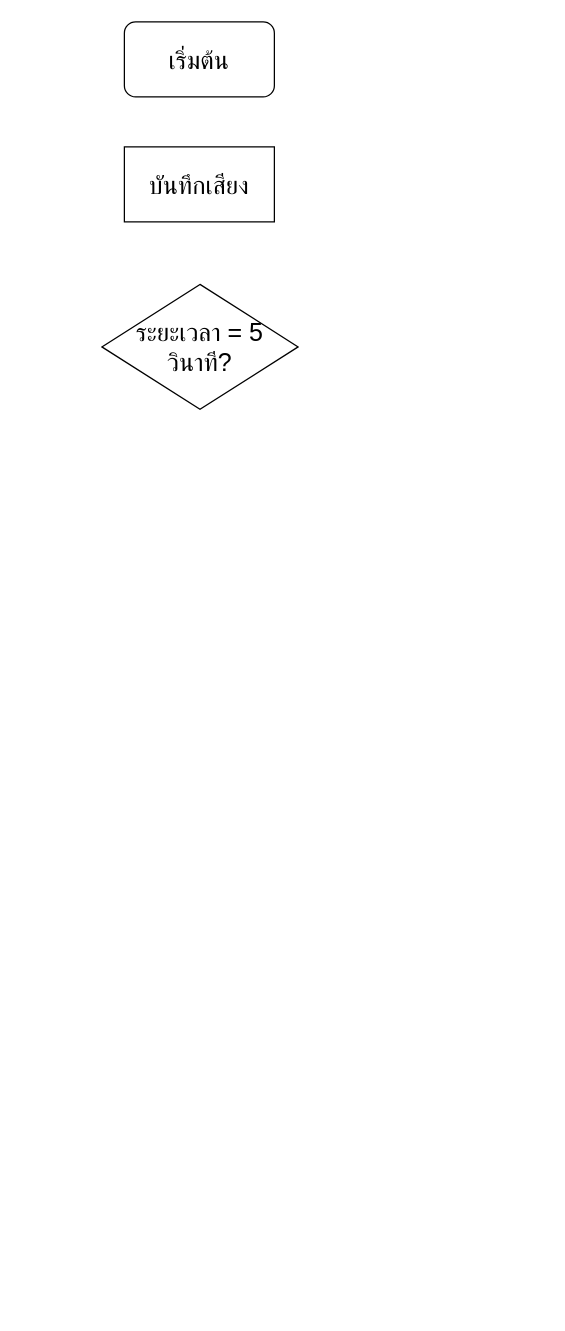
Before: app_flow.drawio in KENGKKUN/test_python, a draw.io diagram. Source tidied: cells renumbered, new cells numbered last; positions are measured from the earlier drawing's top-left corner, leaving out a move shared by most shapes. Both pictures are drawn from the tidied source at 125%, with x=0, y=0 at pixel (101, 21).
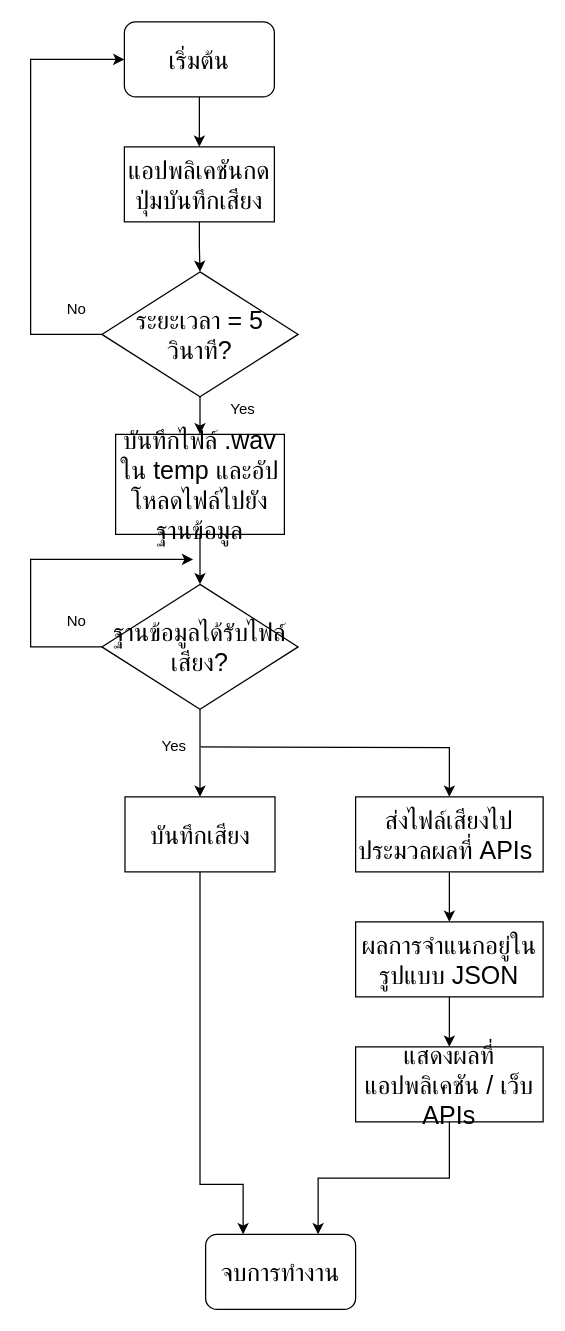
The same diagram, later.

Unchanged cells that the change refers to:
```xml
<mxCell id="2" value="&lt;font face=&quot;TH Sarabun New&quot; style=&quot;font-size: 20px&quot;&gt;เริ่มต้น&lt;/font&gt;" style="rounded=1;whiteSpace=wrap;html=1;" parent="1" vertex="1">
  <mxGeometry x="18" width="120" height="60" as="geometry" />
</mxCell>
```

What changed in the source:
```diff
@@
+    <mxCell id="5" style="edgeStyle=orthogonalEdgeStyle;rounded=0;jettySize=auto;html=1;exitX=0.5;exitY=1;exitDx=0;exitDy=0;entryX=0.5;entryY=0;entryDx=0;entryDy=0;" parent="1" edge="1" source="2" target="3">
+      <mxGeometry relative="1" as="geometry" />
+    </mxCell>
@@
+    <mxCell id="6" style="edgeStyle=orthogonalEdgeStyle;rounded=0;jettySize=auto;html=1;entryX=0.5;entryY=0;entryDx=0;entryDy=0;" parent="1" edge="1" source="3" target="4">
+      <mxGeometry relative="1" as="geometry" />
+    </mxCell>
-    <mxCell id="3" value="&lt;font face=&quot;TH Sarabun New&quot; style=&quot;font-size: 20px&quot;&gt;บันทึกเสียง&lt;/font&gt;" style="rounded=0;whiteSpace=wrap;html=1;" parent="1" vertex="1">
+    <mxCell id="3" value="&lt;font face=&quot;TH Sarabun New&quot; style=&quot;font-size: 20px&quot;&gt;แอปพลิเคชันกดปุ่มบันทึกเสียง&lt;/font&gt;" style="rounded=0;whiteSpace=wrap;html=1;" parent="1" vertex="1">
       <mxGeometry x="18" y="100" width="120" height="60" as="geometry" />
     </mxCell>
+    <mxCell id="7" style="edgeStyle=orthogonalEdgeStyle;rounded=0;jettySize=auto;html=1;exitX=0;exitY=0.5;exitDx=0;exitDy=0;entryX=0;entryY=0.5;entryDx=0;entryDy=0;" parent="1" edge="1" source="4" target="2">
+      <mxGeometry relative="1" as="geometry">
+        <Array as="points">
+          <mxPoint x="-57" y="250" />
+          <mxPoint x="-57" y="30" />
+        </Array>
+      </mxGeometry>
+    </mxCell>
+    <mxCell id="8" style="edgeStyle=orthogonalEdgeStyle;rounded=0;jettySize=auto;html=1;exitX=0.5;exitY=1;exitDx=0;exitDy=0;entryX=0.5;entryY=0;entryDx=0;entryDy=0;" parent="1" edge="1" source="4" target="11">
+      <mxGeometry relative="1" as="geometry" />
+    </mxCell>
     <mxCell id="4" value="&lt;font face=&quot;TH Sarabun New&quot; style=&quot;font-size: 20px&quot;&gt;ระยะเวลา = 5 วินาที?&lt;/font&gt;" style="rhombus;whiteSpace=wrap;html=1;" parent="1" vertex="1">
-      <mxGeometry y="210" width="157" height="100" as="geometry" />
+      <mxGeometry y="200" width="157" height="100" as="geometry" />
     </mxCell>
+    <mxCell id="9" value="No" style="text;html=1;strokeColor=none;fillColor=none;align=center;verticalAlign=middle;whiteSpace=wrap;rounded=0;" parent="1" vertex="1">
+      <mxGeometry x="-40" y="220" width="40" height="20" as="geometry" />
+    </mxCell>
+    <mxCell id="10" style="edgeStyle=orthogonalEdgeStyle;rounded=0;jettySize=auto;html=1;exitX=0.5;exitY=1;exitDx=0;exitDy=0;entryX=0.5;entryY=0;entryDx=0;entryDy=0;" parent="1" edge="1" source="11" target="16">
+      <mxGeometry relative="1" as="geometry" />
+    </mxCell>
+    <mxCell id="11" value="&lt;span style=&quot;font-family: &amp;#34;th sarabun new&amp;#34; ; font-size: 20px&quot;&gt;บันทึกไฟล์ .wav ใน temp และอัปโหลดไฟล์ไปยังฐานข้อมูล&lt;/span&gt;" style="rounded=0;whiteSpace=wrap;html=1;" parent="1" vertex="1">
+      <mxGeometry x="11" y="330" width="135" height="80" as="geometry" />
+    </mxCell>
+    <mxCell id="12" value="Yes" style="text;html=1;strokeColor=none;fillColor=none;align=center;verticalAlign=middle;whiteSpace=wrap;rounded=0;" parent="1" vertex="1">
+      <mxGeometry x="93" y="300" width="40" height="20" as="geometry" />
+    </mxCell>
+    <mxCell id="13" style="edgeStyle=orthogonalEdgeStyle;rounded=0;jettySize=auto;html=1;exitX=0;exitY=0.5;exitDx=0;exitDy=0;" parent="1" edge="1" source="16">
+      <mxGeometry relative="1" as="geometry">
+        <mxPoint x="73" y="430" as="targetPoint" />
+        <Array as="points">
+          <mxPoint x="-57" y="500" />
+          <mxPoint x="-57" y="430" />
+        </Array>
+      </mxGeometry>
+    </mxCell>
+    <mxCell id="14" style="edgeStyle=orthogonalEdgeStyle;rounded=0;jettySize=auto;html=1;exitX=0.5;exitY=1;exitDx=0;exitDy=0;entryX=0.5;entryY=0;entryDx=0;entryDy=0;" parent="1" edge="1" source="16" target="19">
+      <mxGeometry relative="1" as="geometry" />
+    </mxCell>
+    <mxCell id="15" style="edgeStyle=orthogonalEdgeStyle;rounded=0;jettySize=auto;html=1;entryX=0.5;entryY=0;entryDx=0;entryDy=0;" parent="1" edge="1" target="22">
+      <mxGeometry relative="1" as="geometry">
+        <mxPoint x="79" y="580" as="sourcePoint" />
+      </mxGeometry>
+    </mxCell>
+    <mxCell id="16" value="&lt;font face=&quot;TH Sarabun New&quot;&gt;&lt;span style=&quot;font-size: 20px&quot;&gt;ฐานข้อมูลได้รับไฟล์เสียง?&lt;/span&gt;&lt;/font&gt;" style="rhombus;whiteSpace=wrap;html=1;" parent="1" vertex="1">
+      <mxGeometry y="450" width="157" height="100" as="geometry" />
+    </mxCell>
+    <mxCell id="17" value="No" style="text;html=1;strokeColor=none;fillColor=none;align=center;verticalAlign=middle;whiteSpace=wrap;rounded=0;" parent="1" vertex="1">
+      <mxGeometry x="-40" y="470" width="40" height="20" as="geometry" />
+    </mxCell>
+    <mxCell id="18" style="edgeStyle=orthogonalEdgeStyle;rounded=0;jettySize=auto;html=1;exitX=0.5;exitY=1;exitDx=0;exitDy=0;entryX=0.25;entryY=0;entryDx=0;entryDy=0;" parent="1" edge="1" source="19" target="27">
+      <mxGeometry relative="1" as="geometry">
+        <Array as="points">
+          <mxPoint x="79" y="930" />
+          <mxPoint x="113" y="930" />
+        </Array>
+      </mxGeometry>
+    </mxCell>
+    <mxCell id="19" value="&lt;font face=&quot;TH Sarabun New&quot; style=&quot;font-size: 20px&quot;&gt;บันทึกเสียง&lt;/font&gt;" style="rounded=0;whiteSpace=wrap;html=1;" parent="1" vertex="1">
+      <mxGeometry x="18.5" y="620" width="120" height="60" as="geometry" />
+    </mxCell>
+    <mxCell id="20" value="Yes" style="text;html=1;strokeColor=none;fillColor=none;align=center;verticalAlign=middle;whiteSpace=wrap;rounded=0;" parent="1" vertex="1">
+      <mxGeometry x="38" y="570" width="40" height="20" as="geometry" />
+    </mxCell>
+    <mxCell id="21" style="edgeStyle=orthogonalEdgeStyle;rounded=0;jettySize=auto;html=1;exitX=0.5;exitY=1;exitDx=0;exitDy=0;entryX=0.5;entryY=0;entryDx=0;entryDy=0;" parent="1" edge="1" source="22" target="24">
+      <mxGeometry relative="1" as="geometry" />
+    </mxCell>
+    <mxCell id="22" value="&lt;font face=&quot;TH Sarabun New&quot; style=&quot;font-size: 20px&quot;&gt;ส่งไฟล์เสียงไปประมวลผลที่ APIs&amp;nbsp;&lt;/font&gt;" style="rounded=0;whiteSpace=wrap;html=1;" parent="1" vertex="1">
+      <mxGeometry x="203" y="620" width="150" height="60" as="geometry" />
+    </mxCell>
+    <mxCell id="23" style="edgeStyle=orthogonalEdgeStyle;rounded=0;jettySize=auto;html=1;exitX=0.5;exitY=1;exitDx=0;exitDy=0;entryX=0.5;entryY=0;entryDx=0;entryDy=0;" parent="1" edge="1" source="24" target="26">
+      <mxGeometry relative="1" as="geometry" />
+    </mxCell>
+    <mxCell id="24" value="&lt;font face=&quot;TH Sarabun New&quot; style=&quot;font-size: 20px&quot;&gt;ผลการจำแนกอยู่ในรูปแบบ JSON&lt;/font&gt;" style="rounded=0;whiteSpace=wrap;html=1;" parent="1" vertex="1">
+      <mxGeometry x="203" y="720" width="150" height="60" as="geometry" />
+    </mxCell>
+    <mxCell id="25" style="edgeStyle=orthogonalEdgeStyle;rounded=0;jettySize=auto;html=1;exitX=0.5;exitY=1;exitDx=0;exitDy=0;entryX=0.75;entryY=0;entryDx=0;entryDy=0;" parent="1" edge="1" source="26" target="27">
+      <mxGeometry relative="1" as="geometry" />
+    </mxCell>
+    <mxCell id="26" value="&lt;font face=&quot;TH Sarabun New&quot;&gt;&lt;span style=&quot;font-size: 20px&quot;&gt;แสดงผลที่แอปพลิเคชัน / เว็บ APIs&lt;/span&gt;&lt;/font&gt;" style="rounded=0;whiteSpace=wrap;html=1;" parent="1" vertex="1">
+      <mxGeometry x="203" y="820" width="150" height="60" as="geometry" />
+    </mxCell>
+    <mxCell id="27" value="&lt;font face=&quot;TH Sarabun New&quot; style=&quot;font-size: 20px&quot;&gt;จบการทำงาน&lt;/font&gt;" style="rounded=1;whiteSpace=wrap;html=1;" parent="1" vertex="1">
+      <mxGeometry x="83" y="970" width="120" height="60" as="geometry" />
+    </mxCell>
```
